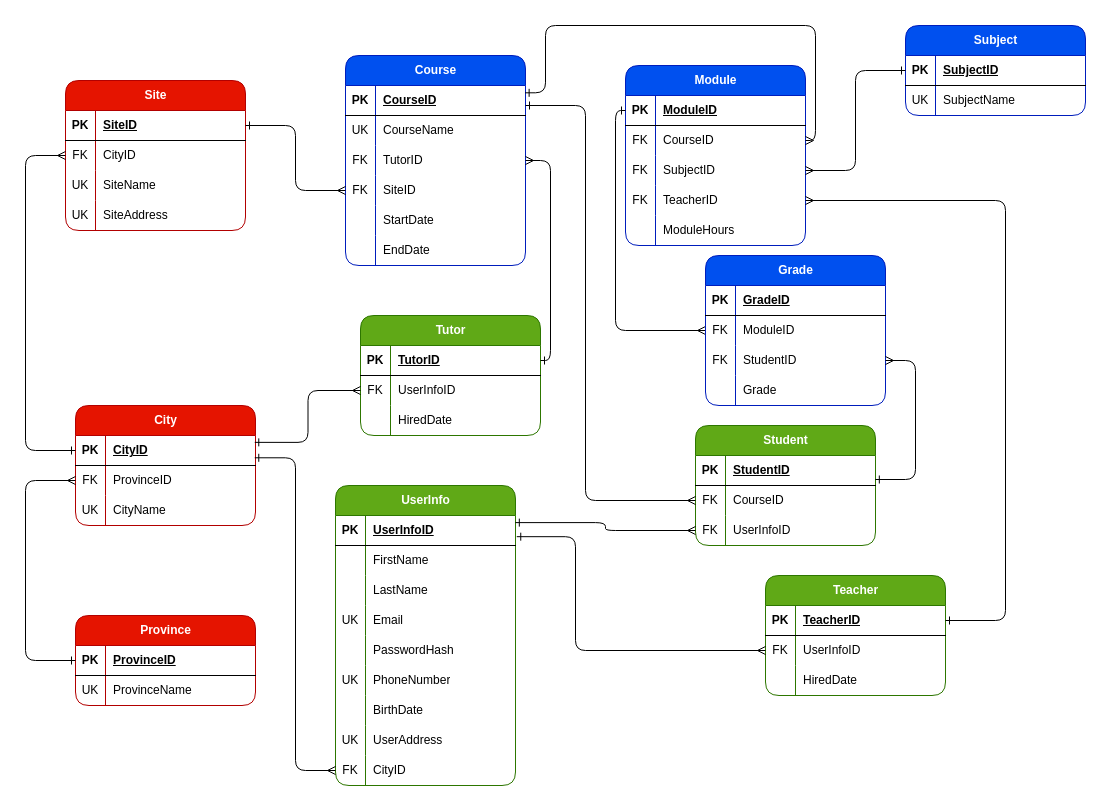
Earlier version of the draw.io diagram diagrammaER.dio (gyowyx96/ProgettoDatabaseAcademy). Source tidied: cells renumbered, new cells numbered last; positions are measured from the earlier drawing's top-left corner, leaving out a move shared by most shapes. Both pictures are drawn from the tidied source at 100%, with x=0, y=0 at pixel (25, 25).
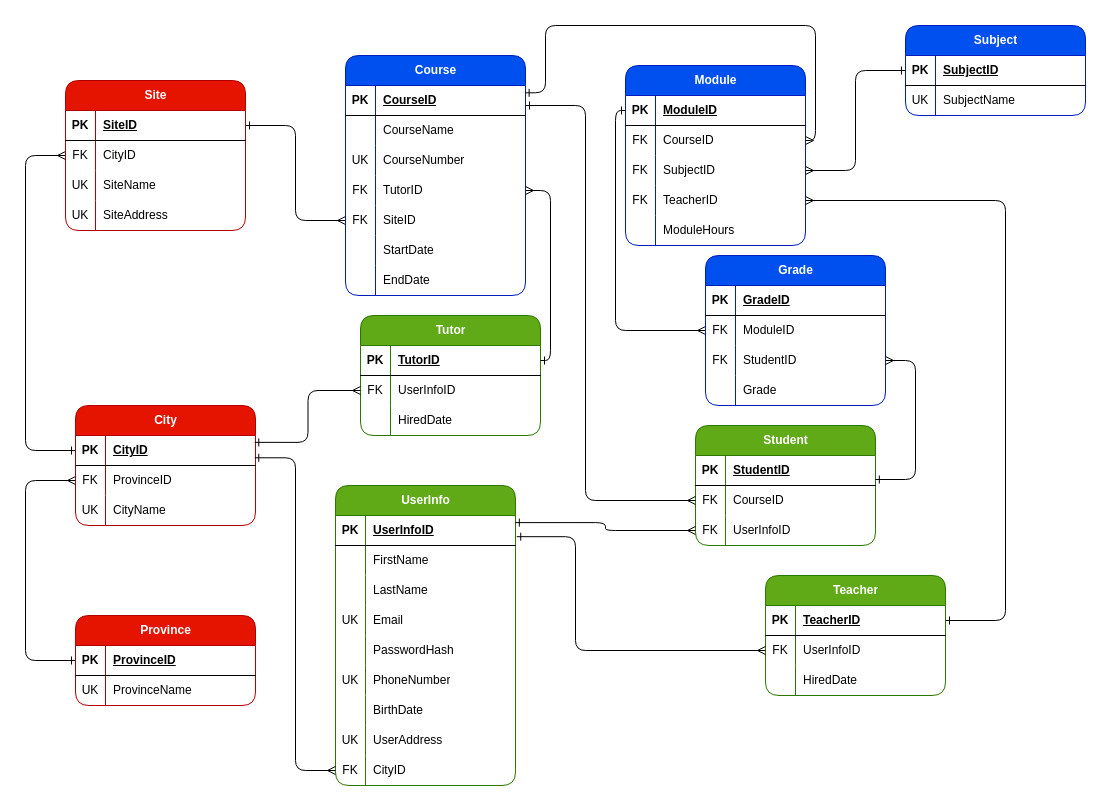
The same diagram, later.

Commit message (it also covers changes not shown here):
add Course Number

The change refers to these unchanged cells:
```xml
<mxCell id="36" style="shape=tableRow;horizontal=0;startSize=0;swimlaneHead=0;swimlaneBody=0;fillColor=none;top=0;left=0;right=0;bottom=0;" parent="32" vertex="1">
  <mxGeometry y="60" width="180" height="30" as="geometry" />
</mxCell>
```

Change to the diagram source:
```diff
@@
     <mxCell id="32" value="Course" style="shape=table;startSize=30;childLayout=tableLayout;rowLines=0;fontStyle=1;align=center;html=1;rounded=1;fillColor=#0050ef;fontColor=#ffffff;strokeColor=#001DBC;" parent="1" vertex="1">
-      <mxGeometry x="320" y="30" width="180" height="210" as="geometry" />
+      <mxGeometry x="320" y="30" width="180" height="240" as="geometry" />
     </mxCell>
@@
-    <mxCell id="37" value="UK" style="shape=partialRectangle;fillColor=none;top=0;left=0;bottom=0;right=0;overflow=hidden;whiteSpace=wrap;html=1;" parent="36" vertex="1">
+    <mxCell id="37" style="shape=partialRectangle;fillColor=none;top=0;left=0;bottom=0;right=0;overflow=hidden;whiteSpace=wrap;html=1;" parent="36" vertex="1">
       <mxGeometry width="30" height="30" as="geometry" />
     </mxCell>
@@
+    <mxCell id="159" style="shape=tableRow;horizontal=0;startSize=0;swimlaneHead=0;swimlaneBody=0;fillColor=none;top=0;left=0;right=0;bottom=0;" parent="32" vertex="1">
+      <mxGeometry y="90" width="180" height="30" as="geometry" />
+    </mxCell>
+    <mxCell id="160" value="UK" style="shape=partialRectangle;fillColor=none;top=0;left=0;bottom=0;right=0;overflow=hidden;whiteSpace=wrap;html=1;" parent="159" vertex="1">
+      <mxGeometry width="30" height="30" as="geometry" />
+    </mxCell>
+    <mxCell id="161" value="CourseNumber" style="shape=partialRectangle;fillColor=none;top=0;left=0;bottom=0;right=0;align=left;spacingLeft=6;overflow=hidden;whiteSpace=wrap;html=1;" parent="159" vertex="1">
+      <mxGeometry x="30" width="150" height="30" as="geometry" />
+    </mxCell>
     <mxCell id="39" style="shape=tableRow;horizontal=0;startSize=0;swimlaneHead=0;swimlaneBody=0;fillColor=none;points=[[0,0.5],[1,0.5]];portConstraint=eastwest;top=0;left=0;right=0;bottom=0;" parent="32" vertex="1">
-      <mxGeometry y="90" width="180" height="30" as="geometry" />
+      <mxGeometry y="120" width="180" height="30" as="geometry" />
     </mxCell>
@@
     <mxCell id="42" style="shape=tableRow;horizontal=0;startSize=0;swimlaneHead=0;swimlaneBody=0;fillColor=none;points=[[0,0.5],[1,0.5]];portConstraint=eastwest;top=0;left=0;right=0;bottom=0;" parent="32" vertex="1">
-      <mxGeometry y="120" width="180" height="30" as="geometry" />
+      <mxGeometry y="150" width="180" height="30" as="geometry" />
     </mxCell>
@@
     <mxCell id="45" style="shape=tableRow;horizontal=0;startSize=0;swimlaneHead=0;swimlaneBody=0;fillColor=none;top=0;left=0;right=0;bottom=0;" parent="32" vertex="1">
-      <mxGeometry y="150" width="180" height="30" as="geometry" />
+      <mxGeometry y="180" width="180" height="30" as="geometry" />
     </mxCell>
@@
     <mxCell id="48" style="shape=tableRow;horizontal=0;startSize=0;swimlaneHead=0;swimlaneBody=0;fillColor=none;top=0;left=0;right=0;bottom=0;" parent="32" vertex="1">
-      <mxGeometry y="180" width="180" height="30" as="geometry" />
+      <mxGeometry y="210" width="180" height="30" as="geometry" />
     </mxCell>
```
